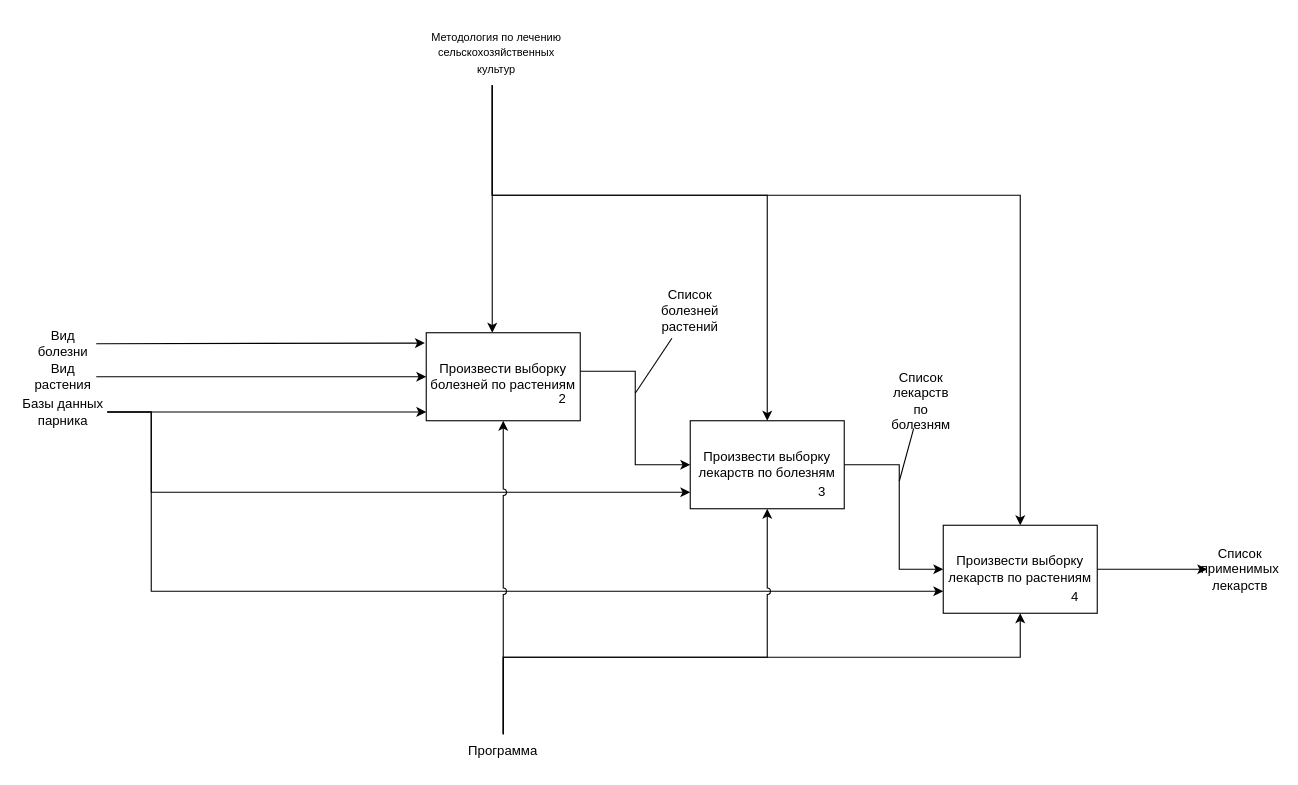
This is coursework/diagrams/IDEF1_2.drawio from ThomasCharester/KursuchShop, a draw.io file, before an edit. Source tidied: cells renumbered, new cells numbered last; positions are measured from the earlier drawing's top-left corner, leaving out a move shared by most shapes. Both pictures are drawn from the tidied source at 110%, with x=0, y=0 at pixel (19, 19).
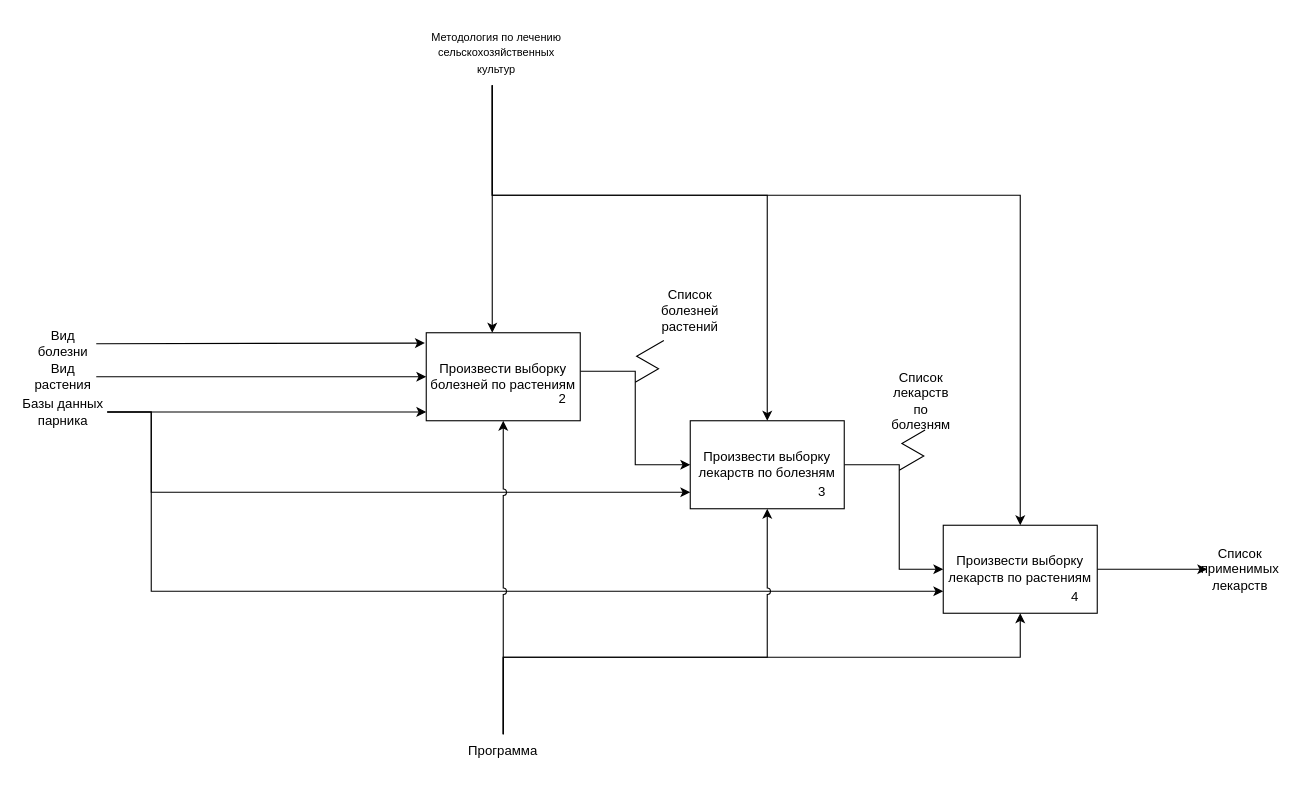
Above is the later version.

The change refers to these unchanged cells:
```xml
<mxCell id="25" value="Список болезней растений" style="text;html=1;align=center;verticalAlign=middle;whiteSpace=wrap;rounded=0;" parent="1" vertex="1">
  <mxGeometry x="580" y="240" width="60" height="50" as="geometry" />
</mxCell>
<mxCell id="30" value="Список лекарств&lt;div&gt;по болезням&lt;/div&gt;" style="text;html=1;align=center;verticalAlign=middle;whiteSpace=wrap;rounded=0;" parent="1" vertex="1">
  <mxGeometry x="790" y="322" width="60" height="50" as="geometry" />
</mxCell>
```

What changed in the source:
```diff
@@
-    <mxCell id="26" style="endArrow=none;html=1;rounded=0;" parent="1" edge="1" target="25">
-      <mxGeometry relative="1" as="geometry">
-        <mxPoint x="560" y="340" as="sourcePoint" />
-      </mxGeometry>
-    </mxCell>
@@
-    <mxCell id="31" style="endArrow=none;html=1;rounded=0;" parent="1" edge="1" target="30">
-      <mxGeometry relative="1" as="geometry">
-        <mxPoint x="800" y="420" as="sourcePoint" />
-      </mxGeometry>
-    </mxCell>
+    <mxCell id="32" style="edgeStyle=isometricEdgeStyle;endArrow=none;html=1;rounded=0;entryX=0.1;entryY=1.04;entryDx=0;entryDy=0;entryPerimeter=0;" parent="1" edge="1" target="25">
+      <mxGeometry relative="1" as="geometry">
+        <mxPoint x="560" y="330" as="sourcePoint" />
+        <Array as="points">
+          <mxPoint x="567.7" y="310" />
+        </Array>
+      </mxGeometry>
+    </mxCell>
+    <mxCell id="33" style="edgeStyle=isometricEdgeStyle;endArrow=none;html=1;rounded=0;entryX=0.558;entryY=1.029;entryDx=0;entryDy=0;entryPerimeter=0;" parent="1" edge="1" target="30">
+      <mxGeometry relative="1" as="geometry">
+        <mxPoint x="800" y="410" as="sourcePoint" />
+        <Array as="points">
+          <mxPoint x="810" y="390" />
+        </Array>
+      </mxGeometry>
+    </mxCell>
```
